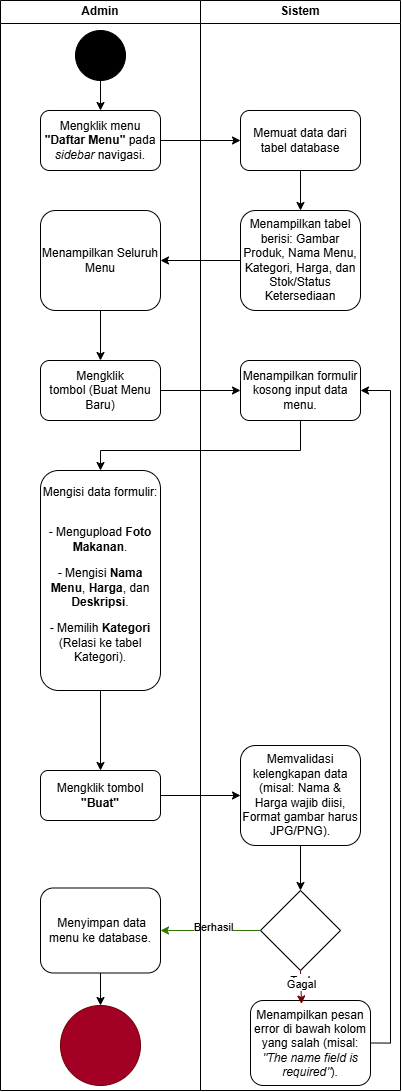
Before: Docs/Use Case/activityfinal/Activity Diagram-Daftar Menu.drawio.png, a diagram exported from draw.io (gustitriprayoga/Sistem-Pembayaran-QR). Source tidied: cells renumbered, new cells last; positions are measured from the earlier drawing's top-left corner, leaving out a move shared by most shapes. Source of this version:
```xml
<mxGraphModel>
  <root>
    <mxCell id="0" />
    <mxCell id="1" parent="0" />
    <mxCell id="2" style="edgeStyle=orthogonalEdgeStyle;rounded=0;jettySize=auto;html=1;" parent="1" edge="1" source="3" target="5">
      <mxGeometry relative="1" as="geometry" />
    </mxCell>
    <mxCell id="3" value="Mengklik menu &lt;b&gt;&quot;Daftar Menu&quot;&lt;/b&gt; pada &lt;i&gt;sidebar&lt;/i&gt; navigasi." style="rounded=1;whiteSpace=wrap;html=1;" parent="1" vertex="1">
      <mxGeometry x="40" y="110" width="120" height="60" as="geometry" />
    </mxCell>
    <mxCell id="4" style="edgeStyle=orthogonalEdgeStyle;rounded=0;jettySize=auto;html=1;" parent="1" edge="1" source="5" target="7">
      <mxGeometry relative="1" as="geometry" />
    </mxCell>
    <mxCell id="5" value="Memuat data dari tabel database" style="rounded=1;whiteSpace=wrap;html=1;" parent="1" vertex="1">
      <mxGeometry x="240" y="110" width="120" height="60" as="geometry" />
    </mxCell>
    <mxCell id="6" style="edgeStyle=orthogonalEdgeStyle;rounded=0;jettySize=auto;html=1;" parent="1" edge="1" source="7" target="9">
      <mxGeometry relative="1" as="geometry" />
    </mxCell>
    <mxCell id="7" value="Menampilkan tabel berisi: Gambar Produk, Nama Menu, Kategori, Harga, dan Stok/Status Ketersediaan" style="rounded=1;whiteSpace=wrap;html=1;" parent="1" vertex="1">
      <mxGeometry x="240" y="210" width="120" height="100" as="geometry" />
    </mxCell>
    <mxCell id="8" style="edgeStyle=orthogonalEdgeStyle;rounded=0;jettySize=auto;html=1;" parent="1" edge="1" source="9" target="11">
      <mxGeometry relative="1" as="geometry" />
    </mxCell>
    <mxCell id="9" value="Menampilkan Seluruh Menu" style="rounded=1;whiteSpace=wrap;html=1;" parent="1" vertex="1">
      <mxGeometry x="40" y="210" width="120" height="100" as="geometry" />
    </mxCell>
    <mxCell id="10" style="edgeStyle=orthogonalEdgeStyle;rounded=0;jettySize=auto;html=1;" parent="1" edge="1" source="11" target="13">
      <mxGeometry relative="1" as="geometry" />
    </mxCell>
    <mxCell id="11" value="Mengklik tombol&amp;nbsp;(Buat Menu Baru)" style="rounded=1;whiteSpace=wrap;html=1;" parent="1" vertex="1">
      <mxGeometry x="40" y="360" width="120" height="60" as="geometry" />
    </mxCell>
    <mxCell id="12" style="edgeStyle=orthogonalEdgeStyle;rounded=0;jettySize=auto;html=1;" parent="1" edge="1" source="13" target="15">
      <mxGeometry relative="1" as="geometry">
        <Array as="points">
          <mxPoint x="300" y="450" />
          <mxPoint x="100" y="450" />
        </Array>
      </mxGeometry>
    </mxCell>
    <mxCell id="13" value="Menampilkan formulir kosong input data menu." style="rounded=1;whiteSpace=wrap;html=1;" parent="1" vertex="1">
      <mxGeometry x="240" y="360" width="120" height="60" as="geometry" />
    </mxCell>
    <mxCell id="14" style="edgeStyle=orthogonalEdgeStyle;rounded=0;jettySize=auto;html=1;" parent="1" edge="1" source="15" target="17">
      <mxGeometry relative="1" as="geometry" />
    </mxCell>
    <mxCell id="15" value="Mengisi data formulir:&lt;div&gt;&lt;br&gt;&lt;/div&gt;&lt;div&gt;&lt;p&gt;- Mengupload &lt;b&gt;Foto Makanan&lt;/b&gt;.&lt;/p&gt;&lt;p&gt;- Mengisi &lt;b&gt;Nama Menu&lt;/b&gt;, &lt;b&gt;Harga&lt;/b&gt;, dan &lt;b&gt;Deskripsi&lt;/b&gt;.&lt;/p&gt;&lt;p&gt;- Memilih &lt;b&gt;Kategori&lt;/b&gt; (Relasi ke tabel Kategori).&lt;/p&gt;&lt;/div&gt;" style="rounded=1;whiteSpace=wrap;html=1;" parent="1" vertex="1">
      <mxGeometry x="40" y="470" width="120" height="220" as="geometry" />
    </mxCell>
    <mxCell id="16" style="edgeStyle=orthogonalEdgeStyle;rounded=0;jettySize=auto;html=1;" parent="1" edge="1" source="17" target="19">
      <mxGeometry relative="1" as="geometry" />
    </mxCell>
    <mxCell id="17" value="Mengklik tombol &lt;b&gt;&quot;Buat&quot;&lt;/b&gt;" style="rounded=1;whiteSpace=wrap;html=1;" parent="1" vertex="1">
      <mxGeometry x="40" y="770" width="120" height="50" as="geometry" />
    </mxCell>
    <mxCell id="18" style="edgeStyle=orthogonalEdgeStyle;rounded=0;jettySize=auto;html=1;exitX=0.5;exitY=1;exitDx=0;exitDy=0;entryX=0.5;entryY=0;entryDx=0;entryDy=0;" parent="1" edge="1" source="19" target="22">
      <mxGeometry relative="1" as="geometry" />
    </mxCell>
    <mxCell id="19" value="Memvalidasi kelengkapan data (misal: Nama &amp;amp; Harga wajib diisi, Format gambar harus JPG/PNG)." style="rounded=1;whiteSpace=wrap;html=1;" parent="1" vertex="1">
      <mxGeometry x="240" y="745" width="120" height="100" as="geometry" />
    </mxCell>
    <mxCell id="20" style="edgeStyle=orthogonalEdgeStyle;rounded=0;jettySize=auto;html=1;exitX=0;exitY=0.5;exitDx=0;exitDy=0;fillColor=#60a917;strokeColor=#2D7600;" parent="1" edge="1" source="22" target="26">
      <mxGeometry relative="1" as="geometry" />
    </mxCell>
    <mxCell id="21" value="Berhasil" style="edgeLabel;html=1;align=center;verticalAlign=middle;" parent="20" vertex="1">
      <mxGeometry x="-0.07" y="-4" relative="1" as="geometry">
        <mxPoint x="-1" as="offset" />
      </mxGeometry>
    </mxCell>
    <mxCell id="22" style="rhombus;whiteSpace=wrap;html=1;" parent="1" vertex="1">
      <mxGeometry x="260" y="890" width="80" height="80" as="geometry" />
    </mxCell>
    <mxCell id="23" style="edgeStyle=orthogonalEdgeStyle;rounded=0;jettySize=auto;html=1;exitX=1;exitY=0.5;exitDx=0;exitDy=0;entryX=1;entryY=0.5;entryDx=0;entryDy=0;" parent="1" edge="1" source="24" target="13">
      <mxGeometry relative="1" as="geometry" />
    </mxCell>
    <mxCell id="24" value="Menampilkan pesan error di bawah kolom yang salah (misal: &lt;i&gt;&quot;The name field is required&quot;&lt;/i&gt;)." style="rounded=1;whiteSpace=wrap;html=1;" parent="1" vertex="1">
      <mxGeometry x="250" y="1000" width="120" height="85" as="geometry" />
    </mxCell>
    <mxCell id="25" style="edgeStyle=orthogonalEdgeStyle;rounded=0;jettySize=auto;html=1;" parent="1" edge="1" source="26" target="27">
      <mxGeometry relative="1" as="geometry" />
    </mxCell>
    <mxCell id="26" value="&amp;nbsp;Menyimpan data menu ke database." style="rounded=1;whiteSpace=wrap;html=1;" parent="1" vertex="1">
      <mxGeometry x="40" y="887.5" width="120" height="85" as="geometry" />
    </mxCell>
    <mxCell id="27" style="ellipse;whiteSpace=wrap;html=1;rounded=1;fillColor=#a20025;fontColor=#ffffff;strokeColor=#6F0000;" parent="1" vertex="1">
      <mxGeometry x="60" y="1005" width="80" height="80" as="geometry" />
    </mxCell>
    <mxCell id="28" style="edgeStyle=orthogonalEdgeStyle;rounded=0;jettySize=auto;html=1;exitX=0.5;exitY=1;exitDx=0;exitDy=0;entryX=0.425;entryY=0.041;entryDx=0;entryDy=0;entryPerimeter=0;fillColor=#a20025;strokeColor=#6F0000;" parent="1" edge="1" source="22" target="24">
      <mxGeometry relative="1" as="geometry" />
    </mxCell>
    <mxCell id="29" value="Text" style="edgeLabel;html=1;align=center;verticalAlign=middle;" parent="28" vertex="1">
      <mxGeometry x="0.1" y="-4" relative="1" as="geometry">
        <mxPoint x="3" y="-9" as="offset" />
      </mxGeometry>
    </mxCell>
    <mxCell id="30" value="Gagal" style="edgeLabel;html=1;align=center;verticalAlign=middle;" parent="28" vertex="1">
      <mxGeometry x="-0.27" relative="1" as="geometry" />
    </mxCell>
    <mxCell id="31" style="edgeStyle=orthogonalEdgeStyle;rounded=0;jettySize=auto;html=1;exitX=0.5;exitY=1;exitDx=0;exitDy=0;entryX=0.5;entryY=0;entryDx=0;entryDy=0;" parent="1" edge="1" source="32" target="3">
      <mxGeometry relative="1" as="geometry" />
    </mxCell>
    <mxCell id="32" style="ellipse;whiteSpace=wrap;html=1;fillColor=#000000;" parent="1" vertex="1">
      <mxGeometry x="75" y="30" width="50" height="50" as="geometry" />
    </mxCell>
    <mxCell id="33" value="Admin" style="swimlane;whiteSpace=wrap;html=1;" parent="1" vertex="1">
      <mxGeometry width="200" height="1090" as="geometry" />
    </mxCell>
    <mxCell id="34" value="Sistem" style="swimlane;whiteSpace=wrap;html=1;" parent="1" vertex="1">
      <mxGeometry x="200" width="200" height="1090" as="geometry" />
    </mxCell>
  </root>
</mxGraphModel>
```
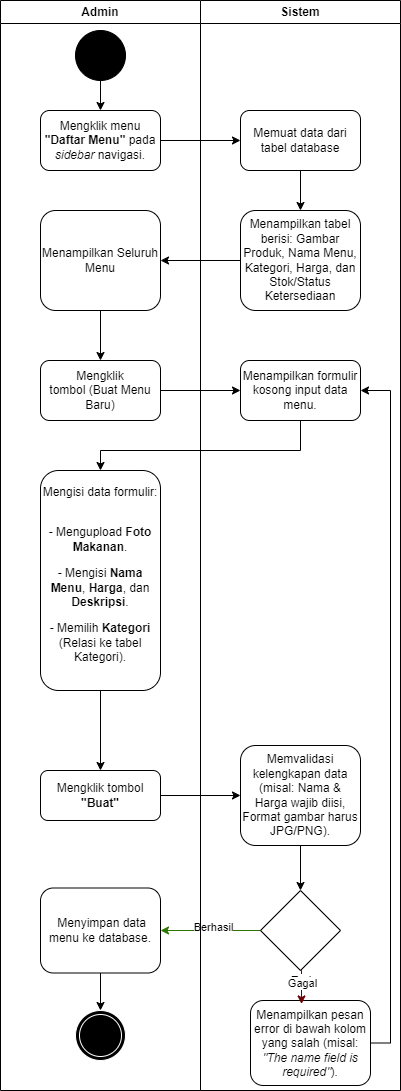
After the change.

What changed in the source:
```diff
@@ -78,15 +78,12 @@
     <mxCell id="24" value="Menampilkan pesan error di bawah kolom yang salah (misal: &lt;i&gt;&quot;The name field is required&quot;&lt;/i&gt;)." style="rounded=1;whiteSpace=wrap;html=1;" parent="1" vertex="1">
       <mxGeometry x="250" y="1000" width="120" height="85" as="geometry" />
     </mxCell>
-    <mxCell id="25" style="edgeStyle=orthogonalEdgeStyle;rounded=0;jettySize=auto;html=1;" parent="1" edge="1" source="26" target="27">
+    <mxCell id="25" style="edgeStyle=orthogonalEdgeStyle;rounded=0;jettySize=auto;html=1;entryX=0.5;entryY=0;entryDx=0;entryDy=0;" parent="1" edge="1" source="26" target="35">
       <mxGeometry relative="1" as="geometry" />
     </mxCell>
     <mxCell id="26" value="&amp;nbsp;Menyimpan data menu ke database." style="rounded=1;whiteSpace=wrap;html=1;" parent="1" vertex="1">
       <mxGeometry x="40" y="887.5" width="120" height="85" as="geometry" />
     </mxCell>
-    <mxCell id="27" style="ellipse;whiteSpace=wrap;html=1;rounded=1;fillColor=#a20025;fontColor=#ffffff;strokeColor=#6F0000;" parent="1" vertex="1">
-      <mxGeometry x="60" y="1005" width="80" height="80" as="geometry" />
-    </mxCell>
     <mxCell id="28" style="edgeStyle=orthogonalEdgeStyle;rounded=0;jettySize=auto;html=1;exitX=0.5;exitY=1;exitDx=0;exitDy=0;entryX=0.425;entryY=0.041;entryDx=0;entryDy=0;entryPerimeter=0;fillColor=#a20025;strokeColor=#6F0000;" parent="1" edge="1" source="22" target="24">
       <mxGeometry relative="1" as="geometry" />
     </mxCell>
@@ -107,6 +104,9 @@
     <mxCell id="33" value="Admin" style="swimlane;whiteSpace=wrap;html=1;" parent="1" vertex="1">
       <mxGeometry width="200" height="1090" as="geometry" />
     </mxCell>
+    <mxCell id="35" style="ellipse;shape=doubleEllipse;whiteSpace=wrap;html=1;fillColor=#000000;fontColor=#ffffff;strokeColor=#FFFFFF;" parent="33" vertex="1">
+      <mxGeometry x="75" y="1010" width="50" height="50" as="geometry" />
+    </mxCell>
     <mxCell id="34" value="Sistem" style="swimlane;whiteSpace=wrap;html=1;" parent="1" vertex="1">
       <mxGeometry x="200" width="200" height="1090" as="geometry" />
     </mxCell>
```
